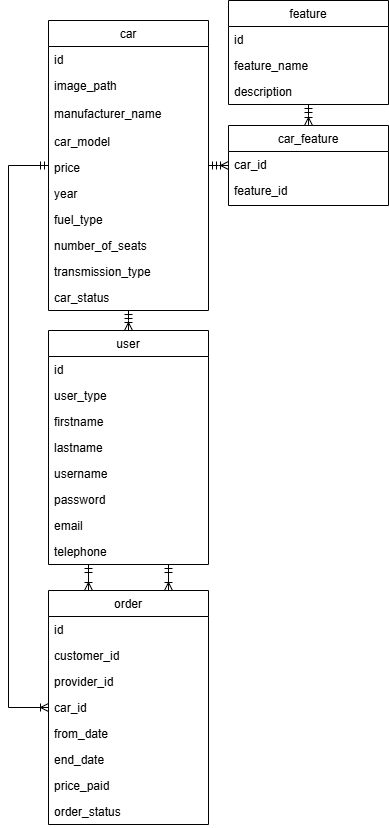
This is Doc/databaseScheme.drawio.png from Nezerpz/IDATA2306-Project-2025, a draw.io export, as it was before one commit. Source tidied: cells renumbered, new cells last; positions are measured from the earlier drawing's top-left corner, leaving out a move shared by most shapes.
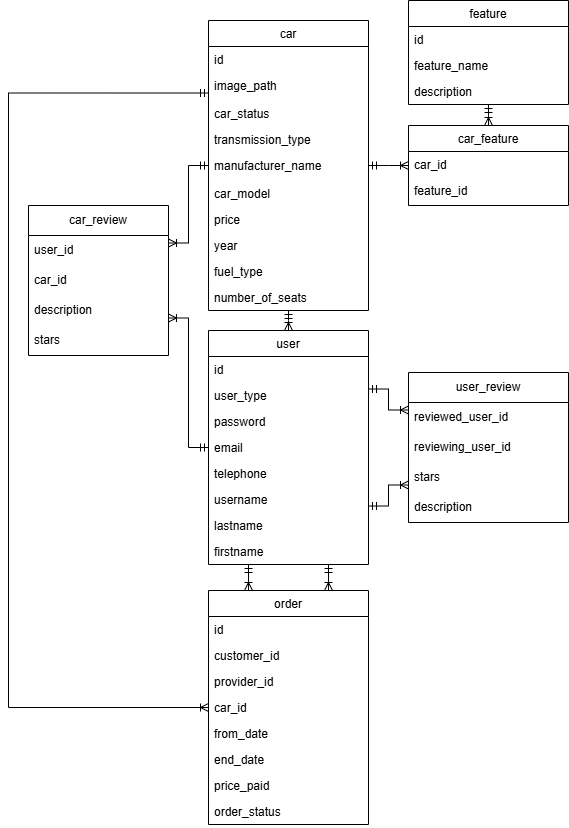
Later version of the same file.

Commit message:
enum for carStatus, and database update with tables for reviews

The edit, as a diff of the source:
```diff
@@ -11,30 +11,30 @@
     <mxCell id="4" value="image_path" style="text;align=left;verticalAlign=top;spacingLeft=4;spacingRight=4;overflow=hidden;rounded=0;shadow=0;html=0;" parent="2" vertex="1">
       <mxGeometry y="52" width="160" height="28" as="geometry" />
     </mxCell>
+    <mxCell id="12" value="car_status&#10;" style="text;align=left;verticalAlign=top;spacingLeft=4;spacingRight=4;overflow=hidden;" parent="2" vertex="1">
+      <mxGeometry y="80" width="160" height="26" as="geometry" />
+    </mxCell>
+    <mxCell id="11" value="transmission_type" style="text;align=left;verticalAlign=top;spacingLeft=4;spacingRight=4;overflow=hidden;rounded=0;shadow=0;html=0;" parent="2" vertex="1">
+      <mxGeometry y="106" width="160" height="26" as="geometry" />
+    </mxCell>
     <mxCell id="5" value="manufacturer_name&#10;" style="text;align=left;verticalAlign=top;spacingLeft=4;spacingRight=4;overflow=hidden;rounded=0;shadow=0;html=0;" parent="2" vertex="1">
-      <mxGeometry y="80" width="160" height="28" as="geometry" />
+      <mxGeometry y="132" width="160" height="28" as="geometry" />
     </mxCell>
     <mxCell id="6" value="car_model" style="text;align=left;verticalAlign=top;spacingLeft=4;spacingRight=4;overflow=hidden;rounded=0;shadow=0;html=0;" parent="2" vertex="1">
-      <mxGeometry y="108" width="160" height="26" as="geometry" />
+      <mxGeometry y="160" width="160" height="26" as="geometry" />
     </mxCell>
     <mxCell id="7" value="price" style="text;align=left;verticalAlign=top;spacingLeft=4;spacingRight=4;overflow=hidden;" parent="2" vertex="1">
-      <mxGeometry y="134" width="160" height="26" as="geometry" />
+      <mxGeometry y="186" width="160" height="26" as="geometry" />
     </mxCell>
     <mxCell id="8" value="year" style="text;align=left;verticalAlign=top;spacingLeft=4;spacingRight=4;overflow=hidden;rounded=0;shadow=0;html=0;" parent="2" vertex="1">
-      <mxGeometry y="160" width="160" height="26" as="geometry" />
+      <mxGeometry y="212" width="160" height="26" as="geometry" />
     </mxCell>
     <mxCell id="9" value="fuel_type" style="text;align=left;verticalAlign=top;spacingLeft=4;spacingRight=4;overflow=hidden;rounded=0;shadow=0;html=0;" parent="2" vertex="1">
-      <mxGeometry y="186" width="160" height="26" as="geometry" />
+      <mxGeometry y="238" width="160" height="26" as="geometry" />
     </mxCell>
     <mxCell id="10" value="number_of_seats" style="text;align=left;verticalAlign=top;spacingLeft=4;spacingRight=4;overflow=hidden;rounded=0;shadow=0;html=0;" parent="2" vertex="1">
-      <mxGeometry y="212" width="160" height="26" as="geometry" />
+      <mxGeometry y="264" width="160" height="26" as="geometry" />
     </mxCell>
-    <mxCell id="11" value="transmission_type" style="text;align=left;verticalAlign=top;spacingLeft=4;spacingRight=4;overflow=hidden;rounded=0;shadow=0;html=0;" parent="2" vertex="1">
-      <mxGeometry y="238" width="160" height="26" as="geometry" />
-    </mxCell>
-    <mxCell id="12" value="car_status&#10;" style="text;align=left;verticalAlign=top;spacingLeft=4;spacingRight=4;overflow=hidden;" parent="2" vertex="1">
-      <mxGeometry y="264" width="160" height="26" as="geometry" />
-    </mxCell>
     <mxCell id="13" value="order" style="swimlane;fontStyle=0;align=center;verticalAlign=top;horizontal=1;startSize=26;rounded=0;shadow=0;strokeWidth=1;" parent="1" vertex="1">
       <mxGeometry x="40" y="590" width="160" height="234" as="geometry" />
     </mxCell>
@@ -63,7 +63,7 @@
       <mxGeometry y="208" width="160" height="26" as="geometry" />
     </mxCell>
     <mxCell id="22" value="car_feature" style="swimlane;fontStyle=0;align=center;verticalAlign=top;horizontal=1;startSize=26;rounded=0;shadow=0;strokeWidth=1;" parent="1" vertex="1">
-      <mxGeometry x="220" y="125" width="160" height="80" as="geometry" />
+      <mxGeometry x="240" y="125" width="160" height="80" as="geometry" />
     </mxCell>
     <mxCell id="23" value="car_id" style="text;align=left;verticalAlign=top;spacingLeft=4;spacingRight=4;overflow=hidden;rounded=0;shadow=0;html=0;" parent="22" vertex="1">
       <mxGeometry y="26" width="160" height="26" as="geometry" />
@@ -83,26 +83,26 @@
     <mxCell id="28" value="user_type" style="text;align=left;verticalAlign=top;spacingLeft=4;spacingRight=4;overflow=hidden;" parent="26" vertex="1">
       <mxGeometry y="52" width="160" height="26" as="geometry" />
     </mxCell>
-    <mxCell id="29" value="firstname" style="text;align=left;verticalAlign=top;spacingLeft=4;spacingRight=4;overflow=hidden;" parent="26" vertex="1">
-      <mxGeometry y="78" width="160" height="26" as="geometry" />
-    </mxCell>
-    <mxCell id="30" value="lastname" style="text;align=left;verticalAlign=top;spacingLeft=4;spacingRight=4;overflow=hidden;" parent="26" vertex="1">
-      <mxGeometry y="104" width="160" height="26" as="geometry" />
-    </mxCell>
-    <mxCell id="31" value="username" style="text;align=left;verticalAlign=top;spacingLeft=4;spacingRight=4;overflow=hidden;" parent="26" vertex="1">
-      <mxGeometry y="130" width="160" height="26" as="geometry" />
-    </mxCell>
     <mxCell id="32" value="password" style="text;align=left;verticalAlign=top;spacingLeft=4;spacingRight=4;overflow=hidden;" parent="26" vertex="1">
-      <mxGeometry y="156" width="160" height="26" as="geometry" />
+      <mxGeometry y="78" width="160" height="26" as="geometry" />
     </mxCell>
     <mxCell id="33" value="email" style="text;align=left;verticalAlign=top;spacingLeft=4;spacingRight=4;overflow=hidden;" parent="26" vertex="1">
-      <mxGeometry y="182" width="160" height="26" as="geometry" />
+      <mxGeometry y="104" width="160" height="26" as="geometry" />
     </mxCell>
     <mxCell id="34" value="telephone" style="text;align=left;verticalAlign=top;spacingLeft=4;spacingRight=4;overflow=hidden;" parent="26" vertex="1">
-      <mxGeometry y="208" width="160" height="26" as="geometry" />
+      <mxGeometry y="130" width="160" height="26" as="geometry" />
     </mxCell>
+    <mxCell id="31" value="username" style="text;align=left;verticalAlign=top;spacingLeft=4;spacingRight=4;overflow=hidden;" parent="26" vertex="1">
+      <mxGeometry y="156" width="160" height="26" as="geometry" />
+    </mxCell>
+    <mxCell id="30" value="lastname" style="text;align=left;verticalAlign=top;spacingLeft=4;spacingRight=4;overflow=hidden;" parent="26" vertex="1">
+      <mxGeometry y="182" width="160" height="26" as="geometry" />
+    </mxCell>
+    <mxCell id="29" value="firstname" style="text;align=left;verticalAlign=top;spacingLeft=4;spacingRight=4;overflow=hidden;" parent="26" vertex="1">
+      <mxGeometry y="208" width="160" height="26" as="geometry" />
+    </mxCell>
     <mxCell id="35" value="feature" style="swimlane;fontStyle=0;align=center;verticalAlign=top;horizontal=1;startSize=26;rounded=0;shadow=0;strokeWidth=1;" parent="1" vertex="1">
-      <mxGeometry x="220" width="160" height="104" as="geometry" />
+      <mxGeometry x="240" width="160" height="104" as="geometry" />
     </mxCell>
     <mxCell id="36" value="id" style="text;align=left;verticalAlign=top;spacingLeft=4;spacingRight=4;overflow=hidden;rounded=0;shadow=0;html=0;" parent="35" vertex="1">
       <mxGeometry y="26" width="160" height="26" as="geometry" />
@@ -119,10 +119,10 @@
     <mxCell id="40" style="endArrow=ERoneToMany;html=1;rounded=0;startArrow=ERmandOne;startFill=0;endFill=0;edgeStyle=elbowEdgeStyle;elbow=vertical;exitX=0.5;exitY=1;exitDx=0;exitDy=0;entryX=0.5;entryY=0;entryDx=0;entryDy=0;" parent="1" edge="1" source="2" target="26">
       <mxGeometry relative="1" as="geometry" />
     </mxCell>
-    <mxCell id="41" style="endArrow=ERoneToMany;html=1;rounded=0;startArrow=ERmandOne;startFill=0;endFill=0;edgeStyle=elbowEdgeStyle;elbow=vertical;entryX=0;entryY=0.5;entryDx=0;entryDy=0;exitX=0;exitY=0.5;exitDx=0;exitDy=0;" parent="1" edge="1" source="2" target="13">
+    <mxCell id="41" style="endArrow=ERoneToMany;html=1;rounded=0;startArrow=ERmandOne;startFill=0;endFill=0;edgeStyle=elbowEdgeStyle;elbow=vertical;entryX=0;entryY=0.5;entryDx=0;entryDy=0;exitX=0;exitY=0.25;exitDx=0;exitDy=0;" parent="1" edge="1" source="2" target="13">
       <mxGeometry relative="1" as="geometry">
         <Array as="points">
-          <mxPoint y="550" />
+          <mxPoint x="-160" y="400" />
         </Array>
       </mxGeometry>
     </mxCell>
@@ -132,5 +132,47 @@
     <mxCell id="43" style="edgeStyle=orthogonalEdgeStyle;rounded=0;jettySize=auto;html=1;exitX=0.75;exitY=0;exitDx=0;exitDy=0;endArrow=ERmandOne;endFill=0;startArrow=ERoneToMany;startFill=0;entryX=0.75;entryY=1;entryDx=0;entryDy=0;" parent="1" edge="1" source="13" target="26">
       <mxGeometry relative="1" as="geometry" />
     </mxCell>
+    <mxCell id="44" value="user_review" style="swimlane;fontStyle=0;horizontal=1;startSize=30;whiteSpace=wrap;html=1;" parent="1" vertex="1">
+      <mxGeometry x="240" y="372" width="160" height="150" as="geometry" />
+    </mxCell>
+    <mxCell id="45" value="reviewed_user_id" style="text;strokeColor=none;fillColor=none;align=left;verticalAlign=middle;spacingLeft=4;spacingRight=4;overflow=hidden;whiteSpace=wrap;html=1;" parent="44" vertex="1">
+      <mxGeometry y="30" width="160" height="30" as="geometry" />
+    </mxCell>
+    <mxCell id="46" value="reviewing_user_id" style="text;strokeColor=none;fillColor=none;align=left;verticalAlign=middle;spacingLeft=4;spacingRight=4;overflow=hidden;whiteSpace=wrap;html=1;" parent="44" vertex="1">
+      <mxGeometry y="60" width="160" height="30" as="geometry" />
+    </mxCell>
+    <mxCell id="47" value="stars" style="text;strokeColor=none;fillColor=none;align=left;verticalAlign=middle;spacingLeft=4;spacingRight=4;overflow=hidden;whiteSpace=wrap;html=1;" parent="44" vertex="1">
+      <mxGeometry y="90" width="160" height="30" as="geometry" />
+    </mxCell>
+    <mxCell id="48" value="description" style="text;strokeColor=none;fillColor=none;align=left;verticalAlign=middle;spacingLeft=4;spacingRight=4;overflow=hidden;whiteSpace=wrap;html=1;" parent="44" vertex="1">
+      <mxGeometry y="120" width="160" height="30" as="geometry" />
+    </mxCell>
+    <mxCell id="49" style="edgeStyle=orthogonalEdgeStyle;rounded=0;jettySize=auto;html=1;exitX=0;exitY=0.25;exitDx=0;exitDy=0;endArrow=ERmandOne;endFill=0;startArrow=ERoneToMany;startFill=0;entryX=1;entryY=0.25;entryDx=0;entryDy=0;" parent="1" edge="1" source="44" target="26">
+      <mxGeometry relative="1" as="geometry" />
+    </mxCell>
+    <mxCell id="50" style="edgeStyle=orthogonalEdgeStyle;rounded=0;jettySize=auto;html=1;exitX=0;exitY=0.75;exitDx=0;exitDy=0;endArrow=ERmandOne;endFill=0;startArrow=ERoneToMany;startFill=0;entryX=1;entryY=0.75;entryDx=0;entryDy=0;" parent="1" edge="1" source="44" target="26">
+      <mxGeometry relative="1" as="geometry" />
+    </mxCell>
+    <mxCell id="51" value="car_review" style="swimlane;fontStyle=0;horizontal=1;startSize=30;whiteSpace=wrap;html=1;" parent="1" vertex="1">
+      <mxGeometry x="-140" y="205" width="140" height="150" as="geometry" />
+    </mxCell>
+    <mxCell id="52" value="user_id" style="text;strokeColor=none;fillColor=none;align=left;verticalAlign=middle;spacingLeft=4;spacingRight=4;overflow=hidden;whiteSpace=wrap;html=1;" parent="51" vertex="1">
+      <mxGeometry y="30" width="140" height="30" as="geometry" />
+    </mxCell>
+    <mxCell id="53" value="car_id" style="text;strokeColor=none;fillColor=none;align=left;verticalAlign=middle;spacingLeft=4;spacingRight=4;overflow=hidden;whiteSpace=wrap;html=1;" parent="51" vertex="1">
+      <mxGeometry y="60" width="140" height="30" as="geometry" />
+    </mxCell>
+    <mxCell id="54" value="description" style="text;strokeColor=none;fillColor=none;align=left;verticalAlign=middle;spacingLeft=4;spacingRight=4;overflow=hidden;whiteSpace=wrap;html=1;" parent="51" vertex="1">
+      <mxGeometry y="90" width="140" height="30" as="geometry" />
+    </mxCell>
+    <mxCell id="55" value="stars" style="text;strokeColor=none;fillColor=none;align=left;verticalAlign=middle;spacingLeft=4;spacingRight=4;overflow=hidden;whiteSpace=wrap;html=1;" parent="51" vertex="1">
+      <mxGeometry y="120" width="140" height="30" as="geometry" />
+    </mxCell>
+    <mxCell id="56" style="edgeStyle=orthogonalEdgeStyle;rounded=0;jettySize=auto;html=1;endArrow=ERmandOne;endFill=0;startArrow=ERoneToMany;startFill=0;entryX=0;entryY=0.5;entryDx=0;entryDy=0;exitX=1;exitY=0.75;exitDx=0;exitDy=0;" parent="1" edge="1" source="51" target="26">
+      <mxGeometry relative="1" as="geometry" />
+    </mxCell>
+    <mxCell id="57" style="edgeStyle=orthogonalEdgeStyle;rounded=0;jettySize=auto;html=1;endArrow=ERmandOne;endFill=0;startArrow=ERoneToMany;startFill=0;entryX=0;entryY=0.5;entryDx=0;entryDy=0;exitX=1;exitY=0.25;exitDx=0;exitDy=0;" parent="1" edge="1" source="51" target="2">
+      <mxGeometry relative="1" as="geometry" />
+    </mxCell>
   </root>
 </mxGraphModel>
```
